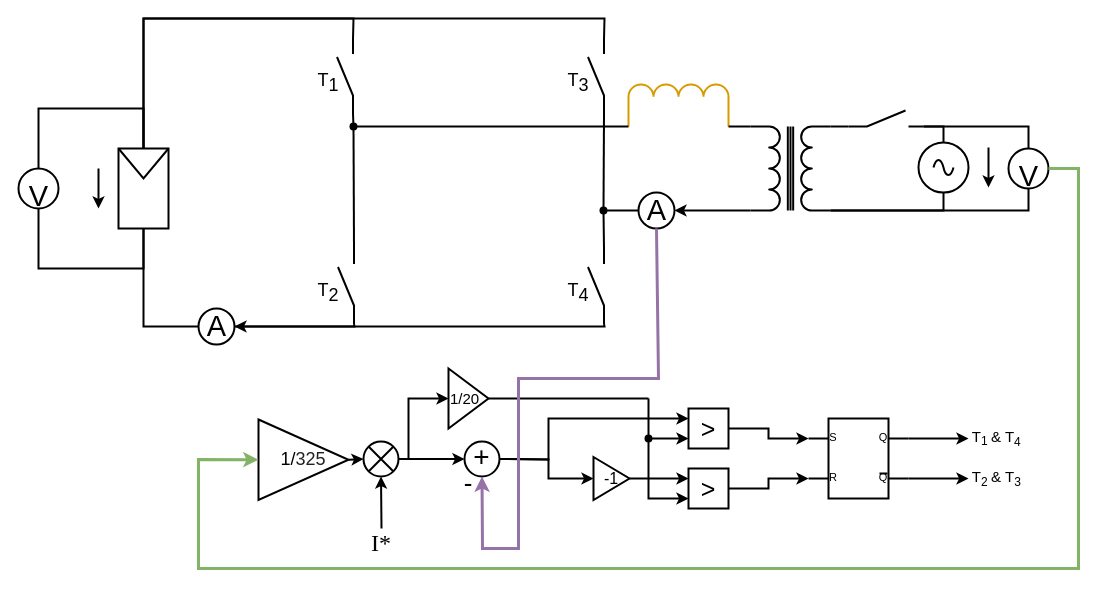
The draw.io diagram Regelungskreis_FS.drawio in Lostqw1/Funfun, before the edit. Source tidied: cells renumbered, new cells numbered last; positions are measured from the earlier drawing's top-left corner, leaving out a move shared by most shapes. Both pictures are drawn from the tidied source at 100%, with x=0, y=0 at pixel (18, 18).
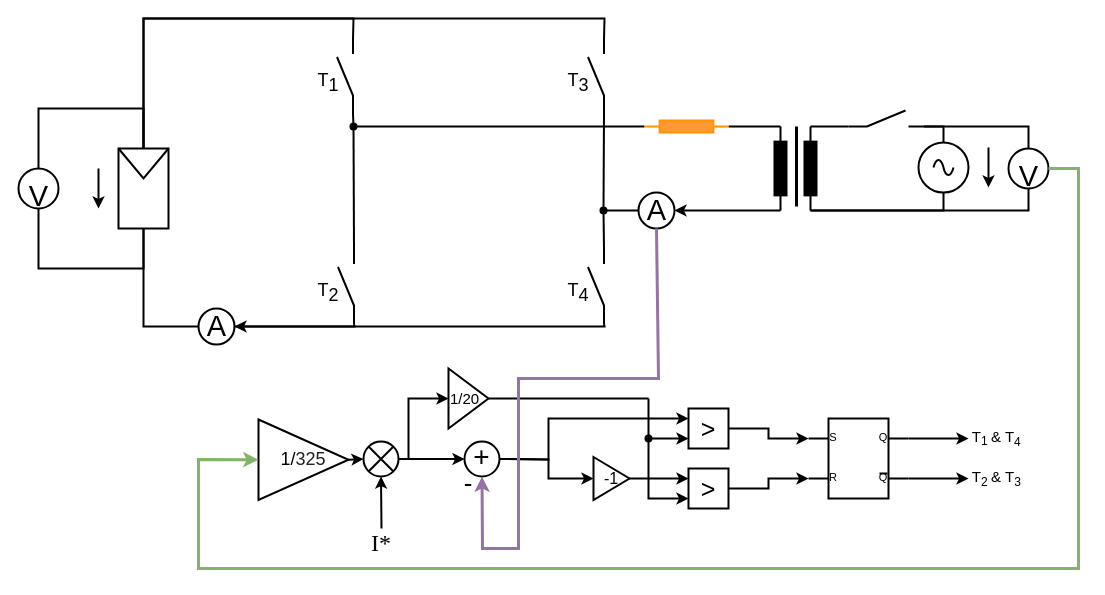
The same page after the edit.

Unchanged cells that the change refers to:
```xml
<mxCell id="5" style="verticalLabelPosition=bottom;shadow=0;dashed=0;align=center;html=1;verticalAlign=top;shape=mxgraph.electrical.electro-mechanical.make_contact;strokeWidth=2;" parent="1" vertex="1">
  <mxGeometry x="830" y="92" width="75" height="16" as="geometry" />
</mxCell>
<mxCell id="7" style="verticalLabelPosition=bottom;shadow=0;dashed=0;align=center;html=1;verticalAlign=top;shape=mxgraph.electrical.signal_sources.source;points=[[0.5,0,0],[1,0.5,0],[0.5,1,0],[0,0.5,0]];elSignalType=ac;strokeWidth=2;" parent="1" vertex="1">
  <mxGeometry x="900" y="124" width="50" height="50" as="geometry" />
</mxCell>
<mxCell id="20" value="&lt;font style=&quot;font-size: 29px;&quot;&gt;V&lt;/font&gt;" style="verticalLabelPosition=middle;shadow=0;dashed=0;align=center;html=1;verticalAlign=middle;strokeWidth=2;shape=ellipse;fontSize=50;" parent="1" vertex="1">
  <mxGeometry x="990" y="130" width="40" height="40" as="geometry" />
</mxCell>
<mxCell id="21" value="A" style="verticalLabelPosition=middle;shadow=0;dashed=0;align=center;html=1;verticalAlign=middle;strokeWidth=2;shape=ellipse;fontSize=29;" parent="1" vertex="1">
  <mxGeometry x="620" y="174" width="36" height="36" as="geometry" />
</mxCell>
<mxCell id="29" style="shape=waypoint;sketch=0;fillStyle=solid;size=6;points=[];fillColor=none;perimeter=centerPerimeter;snapToPoint=1;strokeWidth=2;" parent="1" vertex="1">
  <mxGeometry x="325" y="98" width="20" height="20" as="geometry" />
</mxCell>
```

Diff of the diagram source:
```diff
@@
-    <mxCell id="2" style="verticalLabelPosition=bottom;shadow=0;dashed=0;align=center;html=1;verticalAlign=top;shape=mxgraph.electrical.inductors.transformer_1;rotation=90;strokeWidth=2;" parent="1" vertex="1">
-      <mxGeometry x="730" y="110" width="84" height="80" as="geometry" />
-    </mxCell>
@@
-    <mxCell id="6" style="endArrow=none;html=1;rounded=0;entryX=0;entryY=1;entryDx=0;entryDy=0;entryPerimeter=0;exitX=0;exitY=0;exitDx=0;exitDy=0;exitPerimeter=0;strokeWidth=2;" parent="1" edge="1" source="2" target="5">
+    <mxCell id="6" style="endArrow=none;html=1;rounded=0;entryX=0;entryY=1;entryDx=0;entryDy=0;entryPerimeter=0;exitX=0;exitY=0.5;exitDx=0;exitDy=0;exitPerimeter=0;strokeWidth=2;" parent="1" edge="1" source="74" target="5">
       <mxGeometry relative="1" as="geometry" />
     </mxCell>
@@
-    <mxCell id="9" style="endArrow=none;html=1;rounded=0;entryX=0.5;entryY=1;entryDx=0;entryDy=0;entryPerimeter=0;exitX=1;exitY=0;exitDx=0;exitDy=0;exitPerimeter=0;strokeWidth=2;" parent="1" edge="1" source="2" target="7">
-      <mxGeometry relative="1" as="geometry">
-        <Array as="points">
-          <mxPoint x="925" y="192" />
-        </Array>
-      </mxGeometry>
-    </mxCell>
@@
-    <mxCell id="25" style="endArrow=classic;html=1;rounded=0;entryX=1;entryY=0.5;entryDx=0;entryDy=0;exitX=1;exitY=1;exitDx=0;exitDy=0;exitPerimeter=0;strokeWidth=2;" parent="1" edge="1" source="2" target="21">
+    <mxCell id="25" style="endArrow=classic;html=1;rounded=0;entryX=1;entryY=0.5;entryDx=0;entryDy=0;exitX=1;exitY=0.5;exitDx=0;exitDy=0;exitPerimeter=0;strokeWidth=2;" parent="1" edge="1" source="76" target="21">
       <mxGeometry relative="1" as="geometry" />
     </mxCell>
@@
-    <mxCell id="27" style="verticalLabelPosition=bottom;shadow=0;dashed=0;align=center;html=1;verticalAlign=top;shape=mxgraph.electrical.inductors.inductor;fillColor=#ffe6cc;strokeColor=#d79b00;strokeWidth=2;" parent="1" vertex="1">
-      <mxGeometry x="610" y="66" width="100" height="42" as="geometry" />
-    </mxCell>
-    <mxCell id="28" style="endArrow=none;html=1;rounded=0;entryX=1;entryY=1;entryDx=0;entryDy=0;entryPerimeter=0;exitX=0;exitY=1;exitDx=0;exitDy=0;exitPerimeter=0;strokeWidth=2;" parent="1" edge="1" source="2" target="27">
-      <mxGeometry relative="1" as="geometry" />
-    </mxCell>
@@
-    <mxCell id="30" style="endArrow=none;html=1;rounded=0;entryX=0;entryY=1;entryDx=0;entryDy=0;entryPerimeter=0;exitX=0.4;exitY=0.75;exitDx=0;exitDy=0;exitPerimeter=0;strokeWidth=2;" parent="1" edge="1" source="29" target="27">
+    <mxCell id="30" style="endArrow=none;html=1;rounded=0;entryX=1;entryY=0.5;entryDx=0;entryDy=0;entryPerimeter=0;exitX=0.4;exitY=0.75;exitDx=0;exitDy=0;exitPerimeter=0;strokeWidth=2;" parent="1" edge="1" source="29" target="77">
       <mxGeometry relative="1" as="geometry" />
     </mxCell>
@@
-    <mxCell id="37" style="endArrow=none;html=1;rounded=0;entryX=0.5;entryY=1;entryDx=0;entryDy=0;exitX=1;exitY=0;exitDx=0;exitDy=0;exitPerimeter=0;strokeWidth=2;" parent="1" edge="1" source="2" target="20">
-      <mxGeometry relative="1" as="geometry">
-        <Array as="points">
-          <mxPoint x="1010" y="192" />
-        </Array>
-      </mxGeometry>
-    </mxCell>
@@
+    <mxCell id="73" style="endArrow=none;html=1;rounded=0;entryX=0;entryY=0.5;entryDx=0;entryDy=0;entryPerimeter=0;exitX=0;exitY=0.5;exitDx=0;exitDy=0;exitPerimeter=0;strokeWidth=2;" parent="1" edge="1" source="76" target="77">
+      <mxGeometry relative="1" as="geometry" />
+    </mxCell>
+    <mxCell id="74" style="verticalLabelPosition=bottom;shadow=0;dashed=0;align=center;html=1;verticalAlign=top;shape=mxgraph.electrical.resistors.resistor_1;rotation=90;strokeWidth=2;fillColor=#000000;" parent="1" vertex="1">
+      <mxGeometry x="750" y="144" width="84" height="12" as="geometry" />
+    </mxCell>
+    <mxCell id="75" style="endArrow=none;html=1;rounded=0;strokeWidth=3;" parent="1" edge="1">
+      <mxGeometry relative="1" as="geometry">
+        <mxPoint x="778" y="188" as="sourcePoint" />
+        <mxPoint x="778" y="108" as="targetPoint" />
+      </mxGeometry>
+    </mxCell>
+    <mxCell id="76" style="verticalLabelPosition=bottom;shadow=0;dashed=0;align=center;html=1;verticalAlign=top;shape=mxgraph.electrical.resistors.resistor_1;rotation=90;strokeWidth=2;fillColor=#000000;" parent="1" vertex="1">
+      <mxGeometry x="720" y="144" width="84" height="12" as="geometry" />
+    </mxCell>
+    <mxCell id="77" style="verticalLabelPosition=bottom;shadow=0;dashed=0;align=center;html=1;verticalAlign=top;shape=mxgraph.electrical.resistors.resistor_1;rotation=-180;strokeWidth=2;fillColor=#FF9933;strokeColor=#ff9300;" parent="1" vertex="1">
+      <mxGeometry x="626" y="102" width="84" height="12" as="geometry" />
+    </mxCell>
+    <mxCell id="78" style="endArrow=none;html=1;rounded=0;entryX=1;entryY=0.5;entryDx=0;entryDy=0;entryPerimeter=0;exitX=0.5;exitY=1;exitDx=0;exitDy=0;strokeWidth=2;" parent="1" edge="1" source="20" target="74">
+      <mxGeometry relative="1" as="geometry">
+        <Array as="points">
+          <mxPoint x="1010" y="192" />
+        </Array>
+      </mxGeometry>
+    </mxCell>
+    <mxCell id="79" style="endArrow=none;html=1;rounded=0;entryX=0.5;entryY=1;entryDx=0;entryDy=0;entryPerimeter=0;exitX=1;exitY=0.5;exitDx=0;exitDy=0;exitPerimeter=0;strokeWidth=2;" parent="1" edge="1" source="74" target="7">
+      <mxGeometry relative="1" as="geometry">
+        <Array as="points">
+          <mxPoint x="925" y="192" />
+        </Array>
+      </mxGeometry>
+    </mxCell>
```
